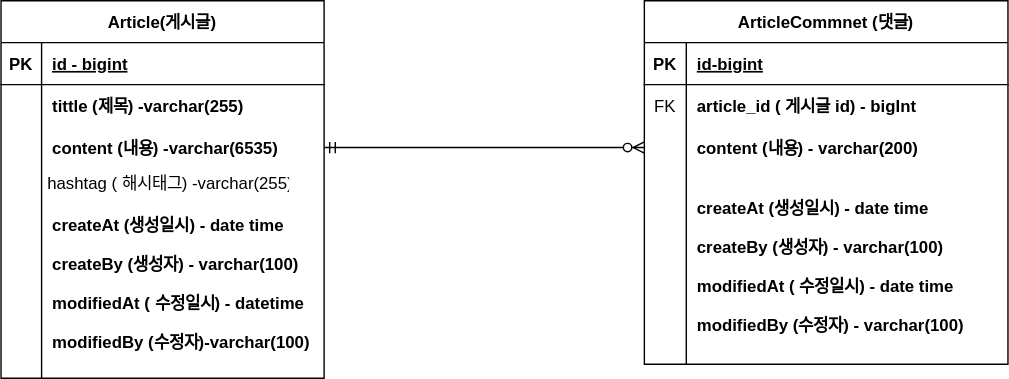
This is project-board.svg from LeeKangJun33/board-project, a draw.io export, as it was before one commit. Source tidied: cells renumbered, new cells last; positions are measured from the earlier drawing's top-left corner, leaving out a move shared by most shapes.
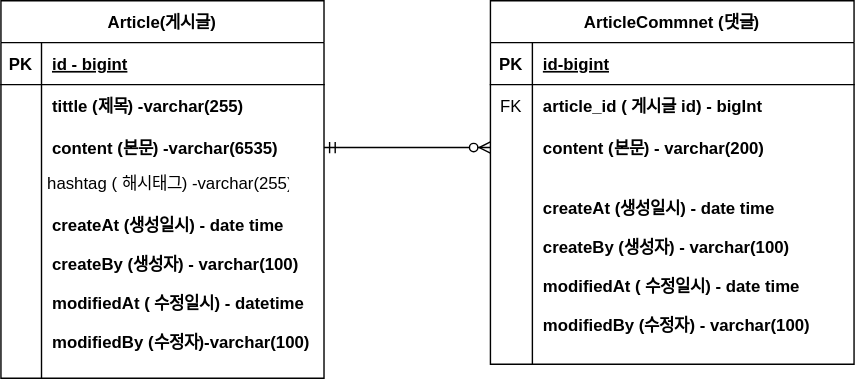
After the change.

Commit message:
#9-ERD 주석업데이트project-board.svg

Diff of the diagram source:
```diff
@@ -29,7 +29,7 @@
     <mxCell id="10" style="shape=partialRectangle;fillColor=none;top=0;left=0;bottom=0;right=0;overflow=hidden;" parent="9" vertex="1">
       <mxGeometry width="29" height="30" as="geometry" />
     </mxCell>
-    <mxCell id="11" value="content (내용) -varchar(6535)" style="shape=partialRectangle;fillColor=none;top=0;left=0;bottom=0;right=0;align=left;spacingLeft=6;overflow=hidden;fontStyle=1;" parent="9" vertex="1">
+    <mxCell id="11" value="content (본문) -varchar(6535)" style="shape=partialRectangle;fillColor=none;top=0;left=0;bottom=0;right=0;align=left;spacingLeft=6;overflow=hidden;fontStyle=1;" parent="9" vertex="1">
       <mxGeometry x="29" width="202" height="30" as="geometry" />
     </mxCell>
     <mxCell id="12" style="shape=tableRow;horizontal=0;startSize=0;swimlaneHead=0;swimlaneBody=0;fillColor=none;top=0;left=0;right=0;bottom=0;" parent="2" vertex="1">
@@ -42,7 +42,7 @@
       <mxGeometry x="29" width="202" height="150" as="geometry" />
     </mxCell>
     <mxCell id="15" value="ArticleCommnet (댓글)" style="shape=table;startSize=30;rowLines=0;fontStyle=1;align=center;" parent="1" vertex="1">
-      <mxGeometry x="460" width="260" height="260" as="geometry" />
+      <mxGeometry x="350" width="260" height="260" as="geometry" />
     </mxCell>
     <mxCell id="16" style="shape=tableRow;horizontal=0;startSize=0;swimlaneHead=0;swimlaneBody=0;fillColor=none;top=0;left=0;right=0;bottom=1;" parent="15" vertex="1">
       <mxGeometry y="30" width="260" height="30" as="geometry" />
@@ -68,7 +68,7 @@
     <mxCell id="23" style="shape=partialRectangle;fillColor=none;top=0;left=0;bottom=0;right=0;overflow=hidden;" parent="22" vertex="1">
       <mxGeometry width="30" height="30" as="geometry" />
     </mxCell>
-    <mxCell id="24" value="content (내용) - varchar(200)" style="shape=partialRectangle;fillColor=none;top=0;left=0;bottom=0;right=0;align=left;spacingLeft=6;overflow=hidden;fontStyle=1;" parent="22" vertex="1">
+    <mxCell id="24" value="content (본문) - varchar(200)" style="shape=partialRectangle;fillColor=none;top=0;left=0;bottom=0;right=0;align=left;spacingLeft=6;overflow=hidden;fontStyle=1;" parent="22" vertex="1">
       <mxGeometry x="30" width="230" height="30" as="geometry" />
     </mxCell>
     <mxCell id="25" style="shape=tableRow;horizontal=0;startSize=0;swimlaneHead=0;swimlaneBody=0;fillColor=none;top=0;left=0;right=0;bottom=0;" parent="15" vertex="1">
```
